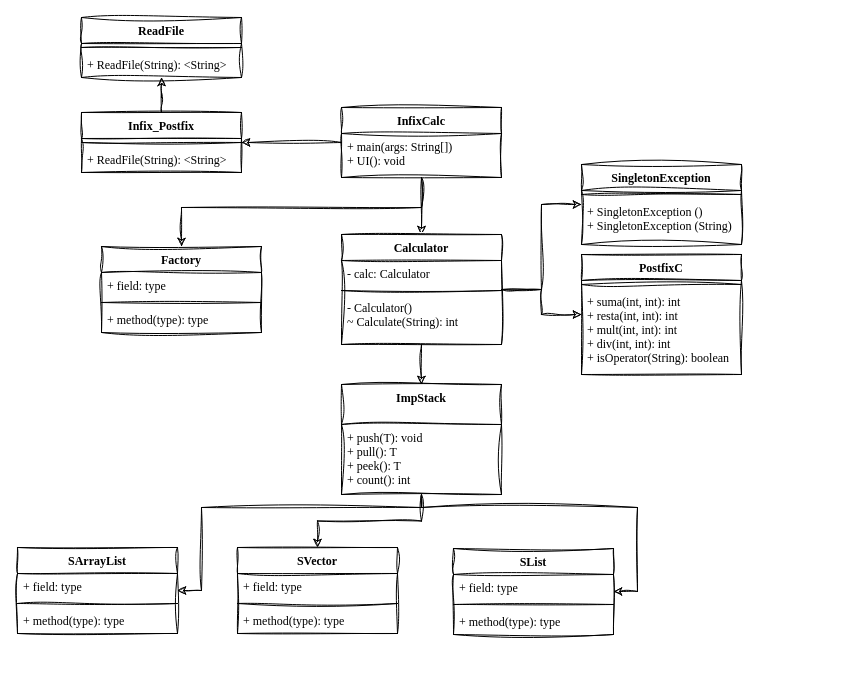
Before: UML/DiagramaDeClases HDT4.drawio in Fabiola-cc/HojaDeTrabajo4, a draw.io diagram. Source tidied: cells renumbered, new cells numbered last; positions are measured from the earlier drawing's top-left corner, leaving out a move shared by most shapes. Both pictures are drawn from the tidied source at 100%, with x=0, y=0 at pixel (17, 17).
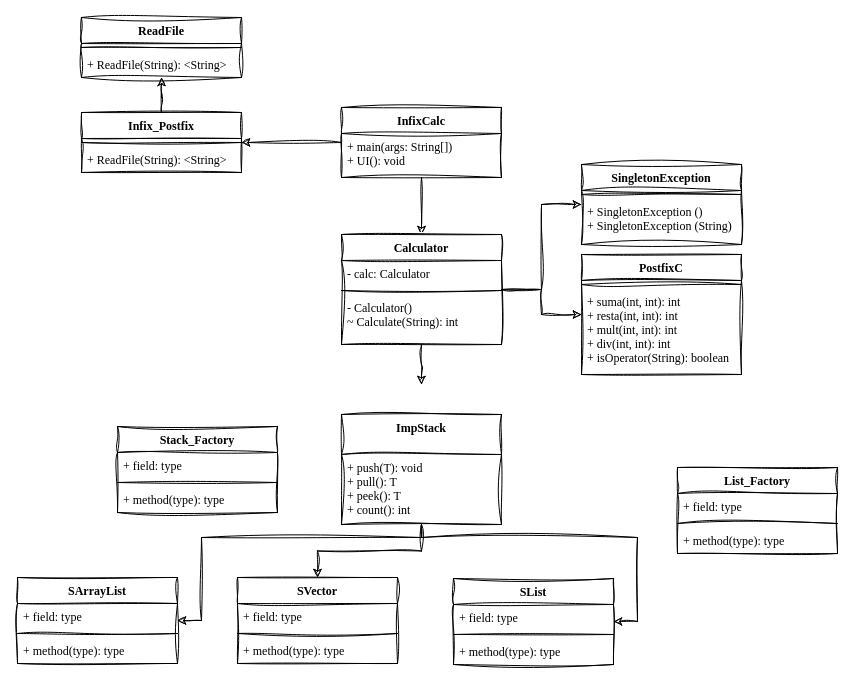
The same page after the edit.

Unchanged cells that the change refers to:
```xml
<mxCell id="4" value="InfixCalc" style="swimlane;fontStyle=1;align=center;verticalAlign=top;horizontal=1;startSize=26;sketch=1;hachureGap=4;jiggle=2;curveFitting=1;fontFamily=Garamond;fontSize=12;" parent="1" vertex="1">
  <mxGeometry x="324" y="90" width="160" height="70" as="geometry" />
</mxCell>
<mxCell id="10" value="Calculator" style="swimlane;fontStyle=1;align=center;verticalAlign=top;horizontal=1;startSize=26;sketch=1;hachureGap=4;jiggle=2;curveFitting=1;fontFamily=Garamond;fontSize=12;" parent="1" vertex="1">
  <mxGeometry x="324" y="217" width="160" height="110" as="geometry" />
</mxCell>
```

Diff of the diagram source:
```diff
@@
-    <mxCell id="7" style="edgeStyle=orthogonalEdgeStyle;rounded=0;sketch=1;hachureGap=4;jiggle=2;curveFitting=1;jettySize=auto;html=1;fontFamily=Garamond;fontSize=12;" parent="1" edge="1" source="10" target="20">
-      <mxGeometry relative="1" as="geometry" />
+    <mxCell id="7" style="edgeStyle=orthogonalEdgeStyle;rounded=0;sketch=1;hachureGap=4;jiggle=2;curveFitting=1;jettySize=auto;html=1;fontFamily=Garamond;fontSize=12;" parent="1" edge="1" source="10">
+      <mxGeometry relative="1" as="geometry">
+        <mxPoint x="404" y="367" as="targetPoint" />
+      </mxGeometry>
     </mxCell>
@@
-    <mxCell id="9" style="edgeStyle=orthogonalEdgeStyle;rounded=0;sketch=1;hachureGap=4;jiggle=2;curveFitting=1;jettySize=auto;html=1;fontFamily=Architects Daughter;fontSize=16;" parent="1" edge="1" source="4" target="44">
-      <mxGeometry relative="1" as="geometry">
-        <Array as="points">
-          <mxPoint x="404" y="190" />
-          <mxPoint x="164" y="190" />
-        </Array>
-      </mxGeometry>
-    </mxCell>
@@
     <mxCell id="18" style="edgeStyle=orthogonalEdgeStyle;rounded=0;sketch=1;hachureGap=4;jiggle=2;curveFitting=1;jettySize=auto;html=1;fontFamily=Garamond;fontSize=12;" parent="1" edge="1" source="20" target="26">
       <mxGeometry relative="1" as="geometry">
         <Array as="points">
-          <mxPoint x="404" y="490" />
-          <mxPoint x="184" y="490" />
+          <mxPoint x="404" y="520" />
+          <mxPoint x="184" y="520" />
         </Array>
       </mxGeometry>
     </mxCell>
     <mxCell id="19" style="edgeStyle=orthogonalEdgeStyle;rounded=0;sketch=1;hachureGap=4;jiggle=2;curveFitting=1;jettySize=auto;html=1;fontFamily=Architects Daughter;fontSize=16;" parent="1" edge="1" source="20" target="30">
       <mxGeometry relative="1" as="geometry">
         <Array as="points">
-          <mxPoint x="404" y="490" />
-          <mxPoint x="620" y="490" />
+          <mxPoint x="404" y="520" />
+          <mxPoint x="620" y="520" />
         </Array>
       </mxGeometry>
     </mxCell>
     <mxCell id="20" value="ImpStack" style="swimlane;fontStyle=1;align=center;verticalAlign=top;horizontal=1;startSize=40;sketch=1;hachureGap=4;jiggle=2;curveFitting=1;fontFamily=Garamond;fontSize=12;" parent="1" vertex="1">
-      <mxGeometry x="324" y="367" width="160" height="110" as="geometry" />
+      <mxGeometry x="324" y="397" width="160" height="110" as="geometry" />
     </mxCell>
@@
     <mxCell id="22" value="SVector" style="swimlane;fontStyle=1;align=center;verticalAlign=top;horizontal=1;startSize=26;sketch=1;hachureGap=4;jiggle=2;curveFitting=1;fontFamily=Garamond;fontSize=12;" parent="1" vertex="1">
-      <mxGeometry x="220" y="530" width="160" height="86" as="geometry" />
+      <mxGeometry x="220" y="560" width="160" height="86" as="geometry" />
     </mxCell>
@@
     <mxCell id="26" value="SArrayList" style="swimlane;fontStyle=1;align=center;verticalAlign=top;horizontal=1;startSize=26;sketch=1;hachureGap=4;jiggle=2;curveFitting=1;fontFamily=Garamond;fontSize=12;" parent="1" vertex="1">
-      <mxGeometry y="530" width="160" height="86" as="geometry" />
+      <mxGeometry y="560" width="160" height="86" as="geometry" />
     </mxCell>
@@
     <mxCell id="30" value="SList" style="swimlane;fontStyle=1;align=center;verticalAlign=top;horizontal=1;startSize=26;sketch=1;hachureGap=4;jiggle=2;curveFitting=1;fontFamily=Garamond;fontSize=12;" parent="1" vertex="1">
-      <mxGeometry x="436" y="531" width="160" height="86" as="geometry" />
+      <mxGeometry x="436" y="561" width="160" height="86" as="geometry" />
     </mxCell>
@@
-    <mxCell id="44" value="Factory" style="swimlane;fontStyle=1;align=center;verticalAlign=top;horizontal=1;startSize=26;sketch=1;hachureGap=4;jiggle=2;curveFitting=1;fontFamily=Garamond;fontSize=12;" parent="1" vertex="1">
-      <mxGeometry x="84" y="229" width="160" height="86" as="geometry" />
+    <mxCell id="44" value="Stack_Factory" style="swimlane;fontStyle=1;align=center;verticalAlign=top;horizontal=1;startSize=26;sketch=1;hachureGap=4;jiggle=2;curveFitting=1;fontFamily=Garamond;fontSize=12;" parent="1" vertex="1">
+      <mxGeometry x="100" y="409" width="160" height="86" as="geometry" />
     </mxCell>
@@
+    <mxCell id="48" value="List_Factory" style="swimlane;fontStyle=1;align=center;verticalAlign=top;horizontal=1;startSize=26;sketch=1;hachureGap=4;jiggle=2;curveFitting=1;fontFamily=Garamond;fontSize=12;" parent="1" vertex="1">
+      <mxGeometry x="660" y="450" width="160" height="86" as="geometry" />
+    </mxCell>
+    <mxCell id="49" value="+ field: type" style="text;strokeColor=none;fillColor=none;align=left;verticalAlign=top;spacingLeft=4;spacingRight=4;overflow=hidden;fontSize=12;fontFamily=Garamond;" parent="48" vertex="1">
+      <mxGeometry y="26" width="160" height="26" as="geometry" />
+    </mxCell>
+    <mxCell id="50" style="line;strokeWidth=1;fillColor=none;align=left;verticalAlign=middle;spacingTop=-1;spacingLeft=3;spacingRight=3;labelPosition=right;strokeColor=inherit;sketch=1;hachureGap=4;jiggle=2;curveFitting=1;fontFamily=Garamond;fontSize=12;" parent="48" vertex="1">
+      <mxGeometry y="52" width="160" height="8" as="geometry" />
+    </mxCell>
+    <mxCell id="51" value="+ method(type): type" style="text;strokeColor=none;fillColor=none;align=left;verticalAlign=top;spacingLeft=4;spacingRight=4;overflow=hidden;fontSize=12;fontFamily=Garamond;" parent="48" vertex="1">
+      <mxGeometry y="60" width="160" height="26" as="geometry" />
+    </mxCell>
```
